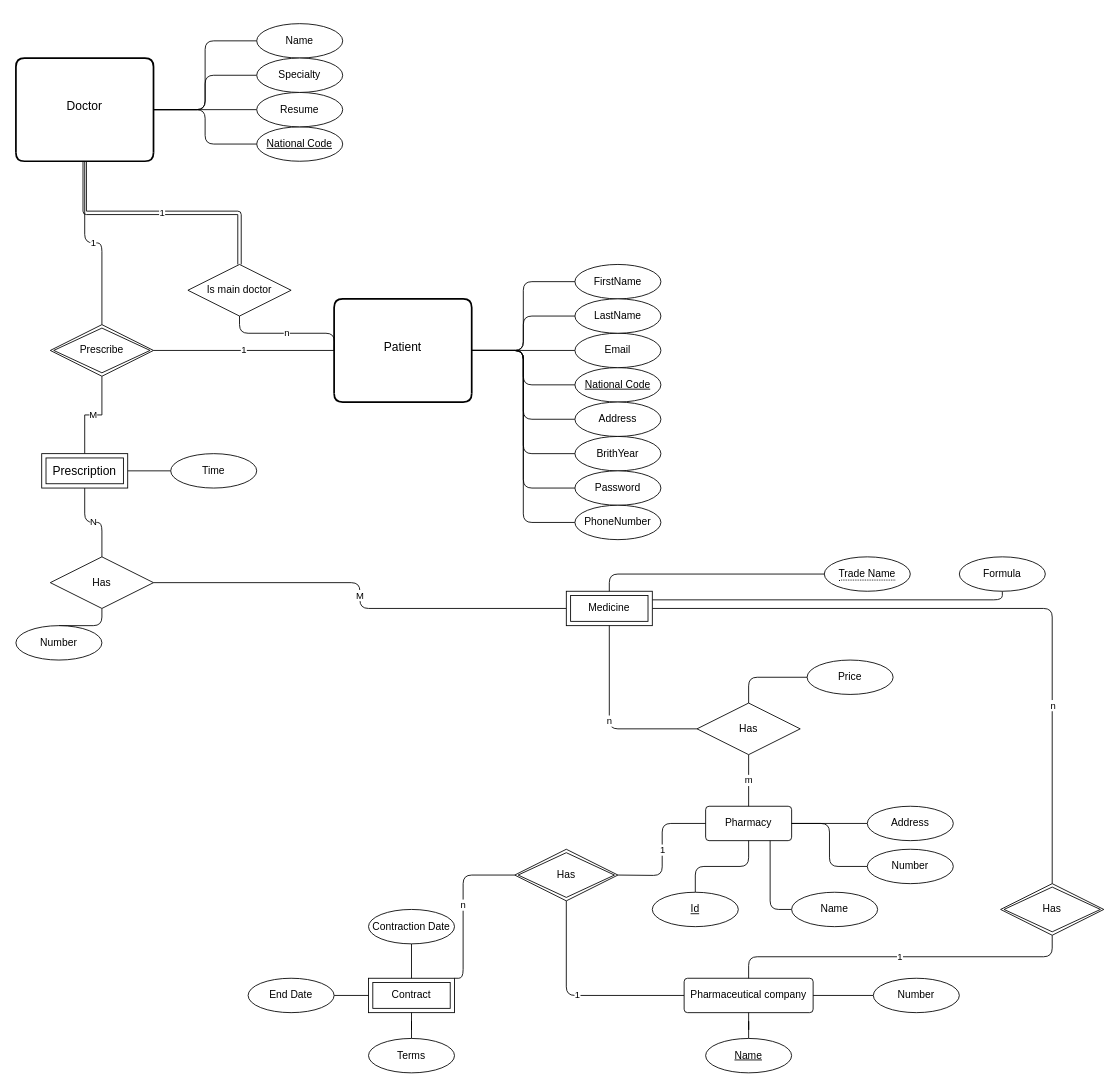
This is Untitled Diagram.drawio from yasharzb/Health-Management, a draw.io file, before an edit. Source tidied: cells renumbered, new cells numbered last; positions are measured from the earlier drawing's top-left corner, leaving out a move shared by most shapes. Both pictures are drawn from the tidied source at 86%, with x=0, y=0 at pixel (15, 23).
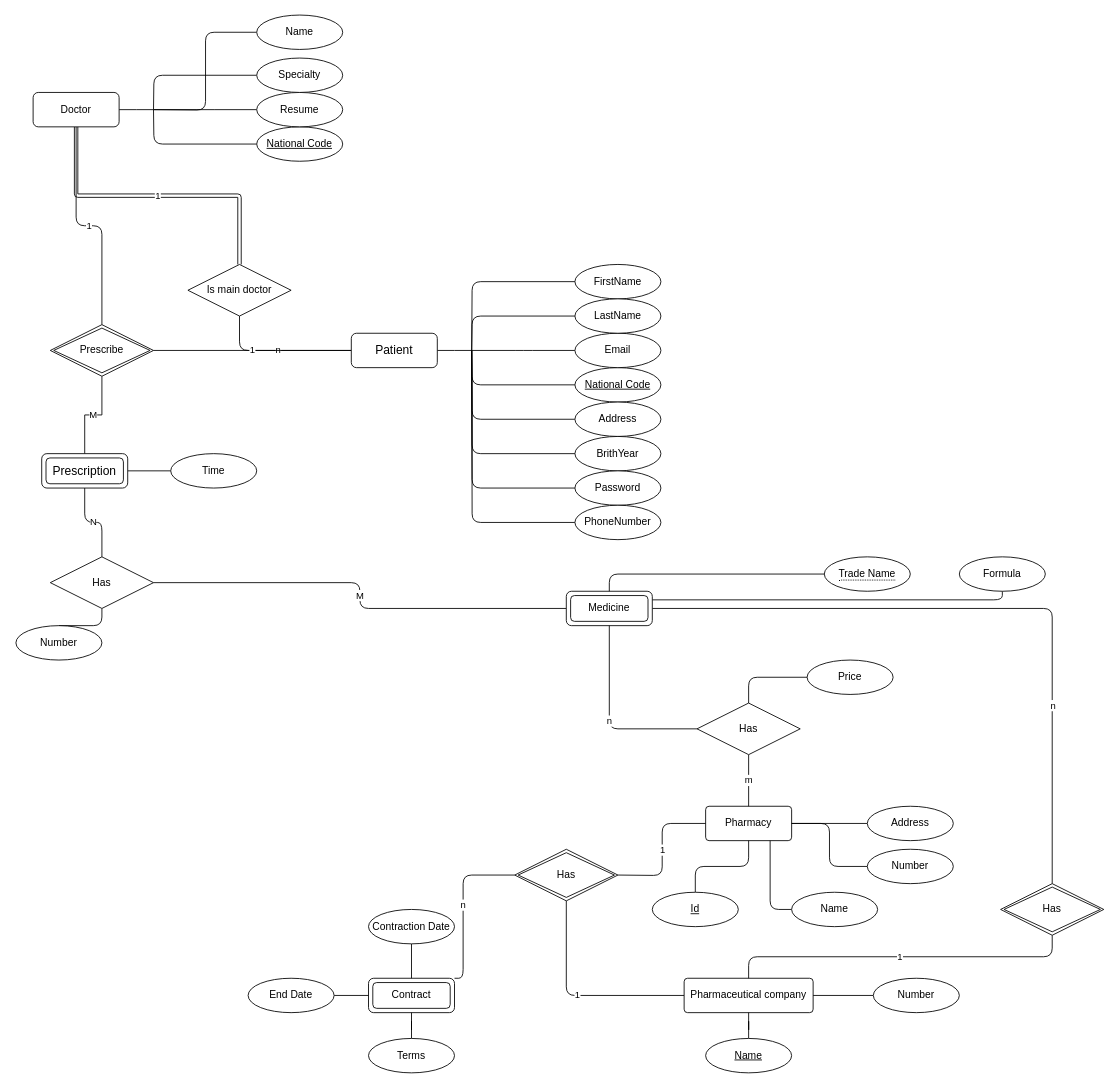
The same page after the edit.

The change refers to these unchanged cells:
```xml
<mxCell id="8" value="National Code" style="ellipse;whiteSpace=wrap;html=1;align=center;fontStyle=4;" parent="1" vertex="1">
  <mxGeometry x="650" y="400" width="100" height="40" as="geometry" />
</mxCell>
<mxCell id="10" value="FirstName" style="ellipse;whiteSpace=wrap;html=1;align=center;" parent="1" vertex="1">
  <mxGeometry x="650" y="280" width="100" height="40" as="geometry" />
</mxCell>
<mxCell id="12" value="Address" style="ellipse;whiteSpace=wrap;html=1;align=center;" parent="1" vertex="1">
  <mxGeometry x="650" y="440" width="100" height="40" as="geometry" />
</mxCell>
<mxCell id="14" value="Email" style="ellipse;whiteSpace=wrap;html=1;align=center;" parent="1" vertex="1">
  <mxGeometry x="650" y="360" width="100" height="40" as="geometry" />
</mxCell>
<mxCell id="16" value="LastName" style="ellipse;whiteSpace=wrap;html=1;align=center;" parent="1" vertex="1">
  <mxGeometry x="650" y="320" width="100" height="40" as="geometry" />
</mxCell>
<mxCell id="18" value="BrithYear" style="ellipse;whiteSpace=wrap;html=1;align=center;" parent="1" vertex="1">
  <mxGeometry x="650" y="480" width="100" height="40" as="geometry" />
</mxCell>
<mxCell id="20" value="National Code" style="ellipse;whiteSpace=wrap;html=1;align=center;fontStyle=4;" parent="1" vertex="1">
  <mxGeometry x="280" y="120" width="100" height="40" as="geometry" />
</mxCell>
<mxCell id="24" value="Resume" style="ellipse;whiteSpace=wrap;html=1;align=center;" parent="1" vertex="1">
  <mxGeometry x="280" y="80" width="100" height="40" as="geometry" />
</mxCell>
<mxCell id="26" value="Specialty" style="ellipse;whiteSpace=wrap;html=1;align=center;" parent="1" vertex="1">
  <mxGeometry x="280" y="40" width="100" height="40" as="geometry" />
</mxCell>
<mxCell id="28" value="Is&amp;nbsp;main doctor" style="shape=rhombus;perimeter=rhombusPerimeter;whiteSpace=wrap;html=1;align=center;" parent="1" vertex="1">
  <mxGeometry x="200" y="280" width="120" height="60" as="geometry" />
</mxCell>
<mxCell id="61" value="Password" style="ellipse;whiteSpace=wrap;html=1;align=center;" parent="1" vertex="1">
  <mxGeometry x="650" y="520" width="100" height="40" as="geometry" />
</mxCell>
<mxCell id="63" value="PhoneNumber" style="ellipse;whiteSpace=wrap;html=1;align=center;" parent="1" vertex="1">
  <mxGeometry x="650" y="560" width="100" height="40" as="geometry" />
</mxCell>
```

What changed in the source:
```diff
@@
-    <mxCell id="4" style="edgeStyle=orthogonalEdgeStyle;rounded=1;jettySize=auto;html=1;exitX=1;exitY=0.5;exitDx=0;exitDy=0;entryX=0;entryY=0.5;entryDx=0;entryDy=0;endArrow=none;endFill=0;" parent="1" edge="1" source="5" target="21">
-      <mxGeometry relative="1" as="geometry" />
+    <mxCell id="4" style="edgeStyle=orthogonalEdgeStyle;rounded=1;jettySize=auto;html=1;exitX=1;exitY=0.5;exitDx=0;exitDy=0;entryX=0;entryY=0.5;entryDx=0;entryDy=0;endArrow=none;endFill=0;" parent="1" edge="1" target="21">
+      <mxGeometry relative="1" as="geometry">
+        <mxPoint x="160" y="100" as="sourcePoint" />
+      </mxGeometry>
     </mxCell>
-    <mxCell id="5" value="Doctor" style="swimlane;horizontal=1;startSize=110;rounded=1;fontSize=14;fontStyle=0;strokeWidth=2;shadow=0;dashed=0;align=center;swimlaneLine=0;" parent="1" vertex="1">
-      <mxGeometry y="40" width="160" height="120" as="geometry" />
-    </mxCell>
-    <mxCell id="6" value="Patient" style="swimlane;horizontal=1;startSize=110;rounded=1;fontSize=14;fontStyle=0;strokeWidth=2;shadow=0;dashed=0;align=center;swimlaneLine=0;" parent="1" vertex="1">
-      <mxGeometry x="370" y="320" width="160" height="120" as="geometry" />
-    </mxCell>
-    <mxCell id="7" style="edgeStyle=orthogonalEdgeStyle;rounded=1;jettySize=auto;html=1;exitX=0;exitY=0.5;exitDx=0;exitDy=0;entryX=1;entryY=0.5;entryDx=0;entryDy=0;endArrow=none;endFill=0;" parent="1" edge="1" source="8" target="6">
-      <mxGeometry relative="1" as="geometry" />
+    <mxCell id="7" style="edgeStyle=orthogonalEdgeStyle;rounded=1;jettySize=auto;html=1;exitX=0;exitY=0.5;exitDx=0;exitDy=0;entryX=1;entryY=0.5;entryDx=0;entryDy=0;endArrow=none;endFill=0;" parent="1" edge="1" source="8">
+      <mxGeometry relative="1" as="geometry">
+        <mxPoint x="530" y="380" as="targetPoint" />
+      </mxGeometry>
     </mxCell>
@@
-    <mxCell id="9" style="edgeStyle=orthogonalEdgeStyle;rounded=1;jettySize=auto;html=1;exitX=0;exitY=0.5;exitDx=0;exitDy=0;entryX=1;entryY=0.5;entryDx=0;entryDy=0;endArrow=none;endFill=0;" parent="1" edge="1" source="10" target="6">
-      <mxGeometry relative="1" as="geometry" />
+    <mxCell id="9" style="edgeStyle=orthogonalEdgeStyle;rounded=1;jettySize=auto;html=1;exitX=0;exitY=0.5;exitDx=0;exitDy=0;entryX=1;entryY=0.5;entryDx=0;entryDy=0;endArrow=none;endFill=0;" parent="1" edge="1" source="10">
+      <mxGeometry relative="1" as="geometry">
+        <mxPoint x="530" y="380" as="targetPoint" />
+      </mxGeometry>
     </mxCell>
@@
-    <mxCell id="11" style="edgeStyle=orthogonalEdgeStyle;rounded=1;jettySize=auto;html=1;exitX=0;exitY=0.5;exitDx=0;exitDy=0;endArrow=none;endFill=0;" parent="1" edge="1" source="12" target="6">
-      <mxGeometry relative="1" as="geometry" />
+    <mxCell id="11" style="edgeStyle=orthogonalEdgeStyle;rounded=1;jettySize=auto;html=1;exitX=0;exitY=0.5;exitDx=0;exitDy=0;endArrow=none;endFill=0;" parent="1" edge="1" source="12">
+      <mxGeometry relative="1" as="geometry">
+        <mxPoint x="530" y="380" as="targetPoint" />
+      </mxGeometry>
     </mxCell>
@@
-    <mxCell id="13" style="edgeStyle=orthogonalEdgeStyle;rounded=1;jettySize=auto;html=1;exitX=0;exitY=0.5;exitDx=0;exitDy=0;entryX=1;entryY=0.5;entryDx=0;entryDy=0;endArrow=none;endFill=0;" parent="1" edge="1" source="14" target="6">
-      <mxGeometry relative="1" as="geometry" />
+    <mxCell id="13" style="edgeStyle=orthogonalEdgeStyle;rounded=1;jettySize=auto;html=1;exitX=0;exitY=0.5;exitDx=0;exitDy=0;entryX=1;entryY=0.5;entryDx=0;entryDy=0;endArrow=none;endFill=0;" parent="1" edge="1" source="14">
+      <mxGeometry relative="1" as="geometry">
+        <mxPoint x="530" y="380" as="targetPoint" />
+      </mxGeometry>
     </mxCell>
@@
-    <mxCell id="15" style="edgeStyle=orthogonalEdgeStyle;rounded=1;jettySize=auto;html=1;exitX=0;exitY=0.5;exitDx=0;exitDy=0;entryX=1;entryY=0.5;entryDx=0;entryDy=0;endArrow=none;endFill=0;" parent="1" edge="1" source="16" target="6">
-      <mxGeometry relative="1" as="geometry" />
+    <mxCell id="15" style="edgeStyle=orthogonalEdgeStyle;rounded=1;jettySize=auto;html=1;exitX=0;exitY=0.5;exitDx=0;exitDy=0;entryX=1;entryY=0.5;entryDx=0;entryDy=0;endArrow=none;endFill=0;" parent="1" edge="1" source="16">
+      <mxGeometry relative="1" as="geometry">
+        <mxPoint x="530" y="380" as="targetPoint" />
+      </mxGeometry>
     </mxCell>
@@
-    <mxCell id="17" style="edgeStyle=orthogonalEdgeStyle;rounded=1;jettySize=auto;html=1;exitX=0;exitY=0.5;exitDx=0;exitDy=0;entryX=1;entryY=0.5;entryDx=0;entryDy=0;endArrow=none;endFill=0;" parent="1" edge="1" source="18" target="6">
-      <mxGeometry relative="1" as="geometry" />
+    <mxCell id="17" style="edgeStyle=orthogonalEdgeStyle;rounded=1;jettySize=auto;html=1;exitX=0;exitY=0.5;exitDx=0;exitDy=0;entryX=1;entryY=0.5;entryDx=0;entryDy=0;endArrow=none;endFill=0;" parent="1" edge="1" source="18">
+      <mxGeometry relative="1" as="geometry">
+        <mxPoint x="530" y="380" as="targetPoint" />
+      </mxGeometry>
     </mxCell>
@@
-    <mxCell id="19" style="edgeStyle=orthogonalEdgeStyle;rounded=1;jettySize=auto;html=1;exitX=0;exitY=0.5;exitDx=0;exitDy=0;entryX=1;entryY=0.5;entryDx=0;entryDy=0;endArrow=none;endFill=0;" parent="1" edge="1" source="20" target="5">
-      <mxGeometry relative="1" as="geometry" />
+    <mxCell id="19" style="edgeStyle=orthogonalEdgeStyle;rounded=1;jettySize=auto;html=1;exitX=0;exitY=0.5;exitDx=0;exitDy=0;entryX=1;entryY=0.5;entryDx=0;entryDy=0;endArrow=none;endFill=0;" parent="1" edge="1" source="20">
+      <mxGeometry relative="1" as="geometry">
+        <mxPoint x="160" y="100" as="targetPoint" />
+      </mxGeometry>
     </mxCell>
@@
     <mxCell id="21" value="Name" style="ellipse;whiteSpace=wrap;html=1;align=center;" parent="1" vertex="1">
-      <mxGeometry x="280" width="100" height="40" as="geometry" />
+      <mxGeometry x="280" y="-10" width="100" height="40" as="geometry" />
     </mxCell>
@@
-    <mxCell id="23" style="edgeStyle=orthogonalEdgeStyle;rounded=1;jettySize=auto;html=1;exitX=0;exitY=0.5;exitDx=0;exitDy=0;entryX=1;entryY=0.5;entryDx=0;entryDy=0;endArrow=none;endFill=0;" parent="1" edge="1" source="24" target="5">
-      <mxGeometry relative="1" as="geometry" />
+    <mxCell id="23" style="edgeStyle=orthogonalEdgeStyle;rounded=1;jettySize=auto;html=1;exitX=0;exitY=0.5;exitDx=0;exitDy=0;entryX=1;entryY=0.5;entryDx=0;entryDy=0;endArrow=none;endFill=0;" parent="1" edge="1" source="24">
+      <mxGeometry relative="1" as="geometry">
+        <mxPoint x="160" y="100" as="targetPoint" />
+      </mxGeometry>
     </mxCell>
@@
-    <mxCell id="25" style="edgeStyle=orthogonalEdgeStyle;rounded=1;jettySize=auto;html=1;exitX=0;exitY=0.5;exitDx=0;exitDy=0;entryX=1;entryY=0.5;entryDx=0;entryDy=0;endArrow=none;endFill=0;" parent="1" edge="1" source="26" target="5">
-      <mxGeometry relative="1" as="geometry" />
+    <mxCell id="25" style="edgeStyle=orthogonalEdgeStyle;rounded=1;jettySize=auto;html=1;exitX=0;exitY=0.5;exitDx=0;exitDy=0;entryX=1;entryY=0.5;entryDx=0;entryDy=0;endArrow=none;endFill=0;" parent="1" edge="1" source="26">
+      <mxGeometry relative="1" as="geometry">
+        <mxPoint x="160" y="100" as="targetPoint" />
+      </mxGeometry>
     </mxCell>
@@
-    <mxCell id="27" value="n" style="edgeStyle=orthogonalEdgeStyle;rounded=1;jettySize=auto;html=1;exitX=0.5;exitY=1;exitDx=0;exitDy=0;endArrow=none;endFill=0;" parent="1" edge="1" source="28">
-      <mxGeometry relative="1" as="geometry">
-        <mxPoint x="370" y="380" as="targetPoint" />
-      </mxGeometry>
+    <mxCell id="27" value="n" style="edgeStyle=orthogonalEdgeStyle;rounded=1;jettySize=auto;html=1;exitX=0.5;exitY=1;exitDx=0;exitDy=0;endArrow=none;endFill=0;entryX=0;entryY=0.5;entryDx=0;entryDy=0;" parent="1" edge="1" source="28" target="6">
+      <mxGeometry relative="1" as="geometry" />
     </mxCell>
@@
-    <mxCell id="37" value="Contract" style="shape=ext;margin=3;double=1;whiteSpace=wrap;html=1;align=center;" parent="1" vertex="1">
+    <mxCell id="37" value="Contract" style="shape=ext;margin=3;double=1;whiteSpace=wrap;html=1;align=center;rounded=1;" parent="1" vertex="1">
       <mxGeometry x="410" y="1110" width="100" height="40" as="geometry" />
     </mxCell>
@@
-    <mxCell id="60" style="edgeStyle=orthogonalEdgeStyle;rounded=1;jettySize=auto;html=1;exitX=0;exitY=0.5;exitDx=0;exitDy=0;entryX=1;entryY=0.5;entryDx=0;entryDy=0;endArrow=none;endFill=0;" parent="1" edge="1" source="61" target="6">
-      <mxGeometry relative="1" as="geometry" />
+    <mxCell id="60" style="edgeStyle=orthogonalEdgeStyle;rounded=1;jettySize=auto;html=1;exitX=0;exitY=0.5;exitDx=0;exitDy=0;entryX=1;entryY=0.5;entryDx=0;entryDy=0;endArrow=none;endFill=0;" parent="1" edge="1" source="61">
+      <mxGeometry relative="1" as="geometry">
+        <mxPoint x="530" y="380" as="targetPoint" />
+      </mxGeometry>
     </mxCell>
@@
-    <mxCell id="62" style="edgeStyle=orthogonalEdgeStyle;rounded=1;jettySize=auto;html=1;exitX=0;exitY=0.5;exitDx=0;exitDy=0;entryX=1;entryY=0.5;entryDx=0;entryDy=0;endArrow=none;endFill=0;" parent="1" edge="1" source="63" target="6">
-      <mxGeometry relative="1" as="geometry" />
+    <mxCell id="62" style="edgeStyle=orthogonalEdgeStyle;rounded=1;jettySize=auto;html=1;exitX=0;exitY=0.5;exitDx=0;exitDy=0;entryX=1;entryY=0.5;entryDx=0;entryDy=0;endArrow=none;endFill=0;" parent="1" edge="1" source="63">
+      <mxGeometry relative="1" as="geometry">
+        <mxPoint x="530" y="380" as="targetPoint" />
+      </mxGeometry>
     </mxCell>
@@
-    <mxCell id="66" value="&lt;span style=&quot;font-size: 14px&quot;&gt;Prescription&lt;/span&gt;" style="shape=ext;margin=3;double=1;whiteSpace=wrap;html=1;align=center;" parent="1" vertex="1">
+    <mxCell id="66" value="&lt;span style=&quot;font-size: 14px&quot;&gt;Prescription&lt;/span&gt;" style="shape=ext;margin=3;double=1;whiteSpace=wrap;html=1;align=center;rounded=1;" parent="1" vertex="1">
       <mxGeometry x="30" y="500" width="100" height="40" as="geometry" />
     </mxCell>
@@
-    <mxCell id="73" value="Medicine" style="shape=ext;margin=3;double=1;whiteSpace=wrap;html=1;align=center;" parent="1" vertex="1">
+    <mxCell id="73" value="Medicine" style="shape=ext;margin=3;double=1;whiteSpace=wrap;html=1;align=center;rounded=1;" parent="1" vertex="1">
       <mxGeometry x="640" y="660" width="100" height="40" as="geometry" />
     </mxCell>
@@
+    <mxCell id="83" style="edgeStyle=orthogonalEdgeStyle;rounded=0;jettySize=auto;html=1;endArrow=none;endFill=0;" parent="1" edge="1" source="5">
+      <mxGeometry relative="1" as="geometry">
+        <mxPoint x="160" y="100" as="targetPoint" />
+      </mxGeometry>
+    </mxCell>
+    <mxCell id="5" value="Doctor" style="whiteSpace=wrap;html=1;align=center;rounded=1;" parent="1" vertex="1">
+      <mxGeometry x="20" y="80" width="100" height="40" as="geometry" />
+    </mxCell>
+    <mxCell id="84" style="edgeStyle=orthogonalEdgeStyle;rounded=0;jettySize=auto;html=1;endArrow=none;endFill=0;" parent="1" edge="1" source="6">
+      <mxGeometry relative="1" as="geometry">
+        <mxPoint x="530" y="380" as="targetPoint" />
+      </mxGeometry>
+    </mxCell>
+    <mxCell id="6" value="&lt;span style=&quot;font-size: 14px&quot;&gt;Patient&lt;/span&gt;" style="whiteSpace=wrap;html=1;align=center;rounded=1;" parent="1" vertex="1">
+      <mxGeometry x="390" y="360" width="100" height="40" as="geometry" />
+    </mxCell>
```
